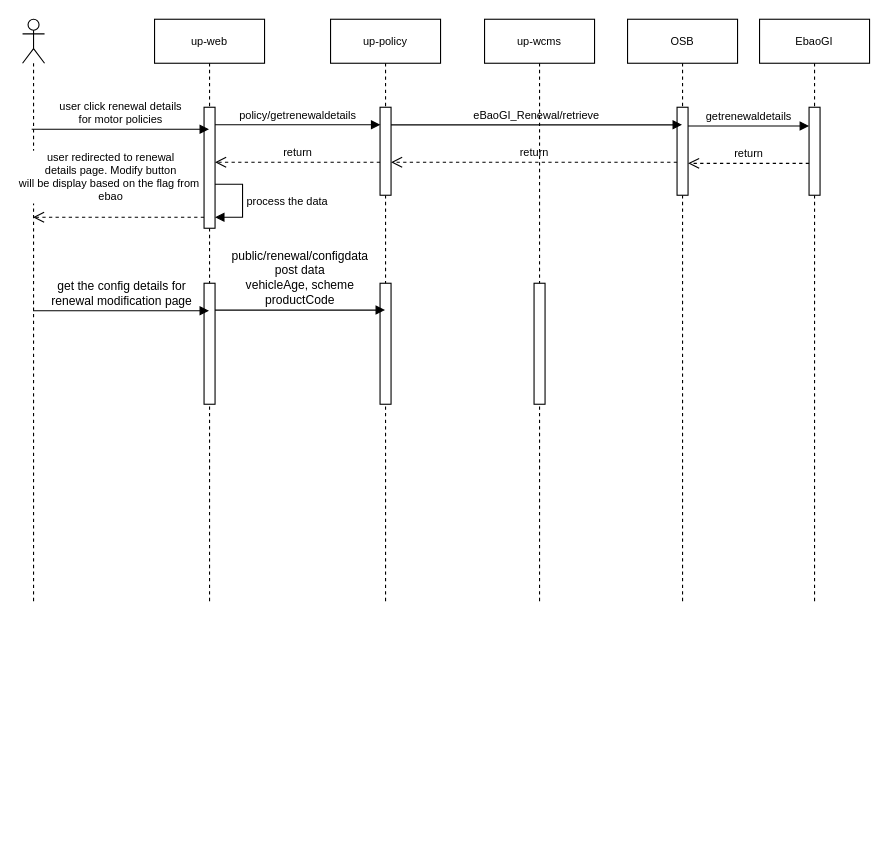
This is GI-renweal-modification.drawio from ajeeshraj56/drawio, a draw.io file, before an edit. Source tidied: cells renumbered, new cells numbered last; positions are measured from the earlier drawing's top-left corner, leaving out a move shared by most shapes. Both pictures are drawn from the tidied source at 110%, with x=0, y=0 at pixel (22, 19).
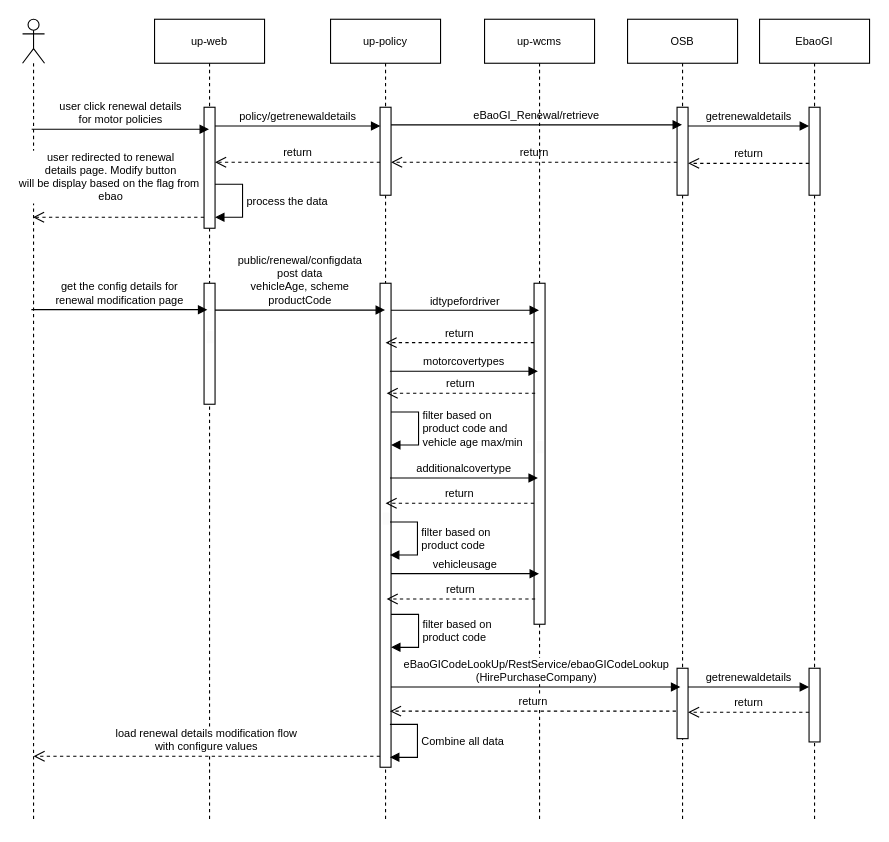
The same page after the edit.

Unchanged cells that the change refers to:
```xml
<mxCell id="8" style="html=1;points=[[0,0,0,0,5],[0,1,0,0,-5],[1,0,0,0,5],[1,1,0,0,-5]];perimeter=orthogonalPerimeter;outlineConnect=0;targetShapes=umlLifeline;portConstraint=eastwest;newEdgeStyle={&quot;curved&quot;:0,&quot;rounded&quot;:0};fontSize=10;" parent="7" vertex="1">
  <mxGeometry x="45" y="80" width="10" height="110" as="geometry" />
</mxCell>
```

The edit, as a diff of the source:
```diff
@@
     <mxCell id="2" style="shape=umlLifeline;perimeter=lifelinePerimeter;whiteSpace=wrap;html=1;outlineConnect=0;portConstraint=eastwest;newEdgeStyle={&quot;curved&quot;:0,&quot;rounded&quot;:0};participant=umlActor;fontSize=10;" parent="1" vertex="1">
-      <mxGeometry width="20" height="530" as="geometry" />
+      <mxGeometry width="20" height="730" as="geometry" />
     </mxCell>
     <mxCell id="3" value="OSB" style="shape=umlLifeline;perimeter=lifelinePerimeter;whiteSpace=wrap;html=1;outlineConnect=0;portConstraint=eastwest;newEdgeStyle={&quot;curved&quot;:0,&quot;rounded&quot;:0};fontSize=10;" parent="1" vertex="1">
-      <mxGeometry x="550" width="100" height="530" as="geometry" />
+      <mxGeometry x="550" width="100" height="730" as="geometry" />
     </mxCell>
@@
+    <mxCell id="26" style="html=1;perimeter=orthogonalPerimeter;targetShapes=umlLifeline;newEdgeStyle={&quot;curved&quot;:0,&quot;rounded&quot;:0};fontSize=10;" parent="3" vertex="1">
+      <mxGeometry x="45" y="590" width="10" height="64" as="geometry" />
+    </mxCell>
     <mxCell id="5" value="EbaoGI" style="shape=umlLifeline;perimeter=lifelinePerimeter;whiteSpace=wrap;html=1;newEdgeStyle={&quot;curved&quot;:0,&quot;rounded&quot;:0};fontSize=10;" parent="1" vertex="1">
-      <mxGeometry x="670" width="100" height="530" as="geometry" />
+      <mxGeometry x="670" width="100" height="730" as="geometry" />
     </mxCell>
@@
+    <mxCell id="27" style="html=1;perimeter=orthogonalPerimeter;targetShapes=umlLifeline;newEdgeStyle={&quot;curved&quot;:0,&quot;rounded&quot;:0};fontSize=10;" parent="5" vertex="1">
+      <mxGeometry x="45" y="590" width="10" height="67" as="geometry" />
+    </mxCell>
+    <mxCell id="28" value="return" style="html=1;verticalAlign=bottom;endArrow=open;dashed=1;endSize=8;curved=0;rounded=0;fontSize=10;" parent="5" edge="1">
+      <mxGeometry relative="1" as="geometry">
+        <mxPoint x="45" y="630" as="sourcePoint" />
+        <mxPoint x="-65" y="630" as="targetPoint" />
+      </mxGeometry>
+    </mxCell>
     <mxCell id="7" value="up-web" style="shape=umlLifeline;perimeter=lifelinePerimeter;whiteSpace=wrap;html=1;outlineConnect=0;portConstraint=eastwest;newEdgeStyle={&quot;curved&quot;:0,&quot;rounded&quot;:0};fontSize=10;" parent="1" vertex="1">
-      <mxGeometry x="120" width="100" height="530" as="geometry" />
+      <mxGeometry x="120" width="100" height="730" as="geometry" />
     </mxCell>
@@
-    <mxCell id="10" value="&#10;&lt;span style=&quot;color: rgba(0, 0, 0, 0); font-family: monospace; font-size: 0px; font-style: normal; font-variant-ligatures: normal; font-variant-caps: normal; font-weight: 400; letter-spacing: normal; orphans: 2; text-align: start; text-indent: 0px; text-transform: none; widows: 2; word-spacing: 0px; -webkit-text-stroke-width: 0px; background-color: rgb(251, 251, 251); text-decoration-thickness: initial; text-decoration-style: initial; text-decoration-color: initial; float: none; display: inline !important;&quot;&gt;&amp;nbsp;&lt;/span&gt;&#10;&#10;" style="html=1;perimeter=orthogonalPerimeter;targetShapes=umlLifeline;newEdgeStyle={&quot;curved&quot;:0,&quot;rounded&quot;:0};fontSize=10;" parent="7" vertex="1">
+    <mxCell id="10" value="&#10;&lt;span style=&quot;color: rgba(0, 0, 0, 0); font-family: monospace; font-size: 10px; font-style: normal; font-variant-ligatures: normal; font-variant-caps: normal; font-weight: 400; letter-spacing: normal; orphans: 2; text-align: start; text-indent: 0px; text-transform: none; widows: 2; word-spacing: 0px; -webkit-text-stroke-width: 0px; background-color: rgb(251, 251, 251); text-decoration-thickness: initial; text-decoration-style: initial; text-decoration-color: initial; float: none; display: inline !important;&quot;&gt;&amp;nbsp;&lt;/span&gt;&#10;&#10;" style="html=1;perimeter=orthogonalPerimeter;targetShapes=umlLifeline;newEdgeStyle={&quot;curved&quot;:0,&quot;rounded&quot;:0};fontSize=10;" parent="7" vertex="1">
       <mxGeometry x="45" y="240" width="10" height="110" as="geometry" />
     </mxCell>
     <mxCell id="11" value="up-policy" style="shape=umlLifeline;perimeter=lifelinePerimeter;whiteSpace=wrap;html=1;outlineConnect=0;portConstraint=eastwest;newEdgeStyle={&quot;curved&quot;:0,&quot;rounded&quot;:0};fontSize=10;" parent="1" vertex="1">
-      <mxGeometry x="280" width="100" height="530" as="geometry" />
+      <mxGeometry x="280" width="100" height="730" as="geometry" />
     </mxCell>
@@
-    <mxCell id="13" value="&#10;&lt;span style=&quot;color: rgba(0, 0, 0, 0); font-family: monospace; font-size: 0px; font-style: normal; font-variant-ligatures: normal; font-variant-caps: normal; font-weight: 400; letter-spacing: normal; orphans: 2; text-align: start; text-indent: 0px; text-transform: none; widows: 2; word-spacing: 0px; -webkit-text-stroke-width: 0px; background-color: rgb(251, 251, 251); text-decoration-thickness: initial; text-decoration-style: initial; text-decoration-color: initial; float: none; display: inline !important;&quot;&gt;&amp;nbsp;&lt;/span&gt;&#10;&#10;" style="html=1;points=[[0,0,0,0,5],[0,1,0,0,-5],[1,0,0,0,5],[1,1,0,0,-5]];perimeter=orthogonalPerimeter;outlineConnect=0;targetShapes=umlLifeline;portConstraint=eastwest;newEdgeStyle={&quot;curved&quot;:0,&quot;rounded&quot;:0};fontSize=10;" parent="11" vertex="1">
-      <mxGeometry x="45" y="240" width="10" height="110" as="geometry" />
+    <mxCell id="13" value="&#10;&lt;span style=&quot;color: rgba(0, 0, 0, 0); font-family: monospace; font-size: 10px; font-style: normal; font-variant-ligatures: normal; font-variant-caps: normal; font-weight: 400; letter-spacing: normal; orphans: 2; text-align: start; text-indent: 0px; text-transform: none; widows: 2; word-spacing: 0px; -webkit-text-stroke-width: 0px; background-color: rgb(251, 251, 251); text-decoration-thickness: initial; text-decoration-style: initial; text-decoration-color: initial; float: none; display: inline !important;&quot;&gt;&amp;nbsp;&lt;/span&gt;&#10;&#10;" style="html=1;points=[[0,0,0,0,5],[0,1,0,0,-5],[1,0,0,0,5],[1,1,0,0,-5]];perimeter=orthogonalPerimeter;outlineConnect=0;targetShapes=umlLifeline;portConstraint=eastwest;newEdgeStyle={&quot;curved&quot;:0,&quot;rounded&quot;:0};fontSize=10;" parent="11" vertex="1">
+      <mxGeometry x="45" y="240" width="10" height="440" as="geometry" />
     </mxCell>
@@
-    <mxCell id="15" value="policy/getrenewaldetails" style="html=1;verticalAlign=bottom;endArrow=block;curved=0;rounded=0;fontSize=10;entryX=0.453;entryY=0.181;entryDx=0;entryDy=0;entryPerimeter=0;" parent="1" edge="1" source="8" target="11">
-      <mxGeometry relative="1" as="geometry" />
+    <mxCell id="15" value="policy/getrenewaldetails" style="html=1;verticalAlign=bottom;endArrow=block;curved=0;rounded=0;fontSize=10;entryX=0.453;entryY=0.181;entryDx=0;entryDy=0;entryPerimeter=0;" parent="1" edge="1">
+      <mxGeometry relative="1" as="geometry">
+        <mxPoint x="175" y="97.1" as="sourcePoint" />
+        <mxPoint x="325.3" y="97.1" as="targetPoint" />
+      </mxGeometry>
     </mxCell>
@@
-    <mxCell id="21" value="user redirected to renewal&lt;br&gt;details page. Modify button&lt;br&gt;will be display based on the flag from&amp;nbsp;&lt;br&gt;ebao" style="html=1;verticalAlign=bottom;endArrow=open;dashed=1;endSize=8;curved=0;rounded=0;fontSize=10;" parent="1" edge="1">
+    <mxCell id="21" value="user redirected to renewal&lt;br style=&quot;font-size: 10px;&quot;&gt;details page. Modify button&lt;br style=&quot;font-size: 10px;&quot;&gt;will be display based on the flag from&amp;nbsp;&lt;br style=&quot;font-size: 10px;&quot;&gt;ebao" style="html=1;verticalAlign=bottom;endArrow=open;dashed=1;endSize=8;curved=0;rounded=0;fontSize=10;" parent="1" edge="1">
       <mxGeometry x="0.09" y="-10" relative="1" as="geometry">
         <mxPoint x="165" y="180" as="sourcePoint" />
         <mxPoint x="9.5" y="180" as="targetPoint" />
       </mxGeometry>
     </mxCell>
-    <mxCell id="22" value="get the config details for&lt;br&gt;renewal modification page" style="html=1;verticalAlign=bottom;endArrow=block;curved=0;rounded=0;" parent="1" edge="1" source="2" target="7">
-      <mxGeometry relative="1" as="geometry" />
+    <mxCell id="22" value="get the config details for&lt;br style=&quot;font-size: 10px;&quot;&gt;renewal modification page" style="html=1;verticalAlign=bottom;endArrow=block;curved=0;rounded=0;fontSize=10;" parent="1" edge="1">
+      <mxGeometry relative="1" as="geometry">
+        <mxPoint x="8" y="264" as="sourcePoint" />
+        <mxPoint x="168" y="264" as="targetPoint" />
+      </mxGeometry>
     </mxCell>
     <mxCell id="23" value="up-wcms" style="shape=umlLifeline;perimeter=lifelinePerimeter;whiteSpace=wrap;html=1;newEdgeStyle={&quot;curved&quot;:0,&quot;rounded&quot;:0};fontSize=10;" parent="1" vertex="1">
-      <mxGeometry x="420" width="100" height="530" as="geometry" />
+      <mxGeometry x="420" width="100" height="730" as="geometry" />
     </mxCell>
-    <mxCell id="24" value="&#10;&lt;span style=&quot;color: rgba(0, 0, 0, 0); font-family: monospace; font-size: 0px; font-style: normal; font-variant-ligatures: normal; font-variant-caps: normal; font-weight: 400; letter-spacing: normal; orphans: 2; text-align: start; text-indent: 0px; text-transform: none; widows: 2; word-spacing: 0px; -webkit-text-stroke-width: 0px; background-color: rgb(251, 251, 251); text-decoration-thickness: initial; text-decoration-style: initial; text-decoration-color: initial; float: none; display: inline !important;&quot;&gt;&amp;nbsp;&lt;/span&gt;&#10;&#10;" style="html=1;perimeter=orthogonalPerimeter;targetShapes=umlLifeline;newEdgeStyle={&quot;curved&quot;:0,&quot;rounded&quot;:0};fontSize=10;" parent="23" vertex="1">
-      <mxGeometry x="45" y="240" width="10" height="110" as="geometry" />
+    <mxCell id="24" value="&#10;&lt;span style=&quot;color: rgba(0, 0, 0, 0); font-family: monospace; font-size: 10px; font-style: normal; font-variant-ligatures: normal; font-variant-caps: normal; font-weight: 400; letter-spacing: normal; orphans: 2; text-align: start; text-indent: 0px; text-transform: none; widows: 2; word-spacing: 0px; -webkit-text-stroke-width: 0px; background-color: rgb(251, 251, 251); text-decoration-thickness: initial; text-decoration-style: initial; text-decoration-color: initial; float: none; display: inline !important;&quot;&gt;&amp;nbsp;&lt;/span&gt;&#10;&#10;" style="html=1;perimeter=orthogonalPerimeter;targetShapes=umlLifeline;newEdgeStyle={&quot;curved&quot;:0,&quot;rounded&quot;:0};fontSize=10;" parent="23" vertex="1">
+      <mxGeometry x="45" y="240" width="10" height="310" as="geometry" />
     </mxCell>
-    <mxCell id="25" value="public/renewal/configdata&lt;br&gt;post data&lt;br&gt;vehicleAge, scheme&lt;br&gt;productCode" style="html=1;verticalAlign=bottom;endArrow=block;curved=0;rounded=0;" parent="1" edge="1">
+    <mxCell id="25" value="public/renewal/configdata&lt;br style=&quot;font-size: 10px;&quot;&gt;post data&lt;br style=&quot;font-size: 10px;&quot;&gt;vehicleAge, scheme&lt;br style=&quot;font-size: 10px;&quot;&gt;productCode" style="html=1;verticalAlign=bottom;endArrow=block;curved=0;rounded=0;fontSize=10;" parent="1" edge="1">
       <mxGeometry relative="1" as="geometry">
         <mxPoint x="175" y="264.4" as="sourcePoint" />
         <mxPoint x="329.5" y="264.4" as="targetPoint" />
       </mxGeometry>
     </mxCell>
+    <mxCell id="29" value="idtypefordriver" style="html=1;verticalAlign=bottom;endArrow=block;curved=0;rounded=0;fontSize=10;" parent="1" edge="1">
+      <mxGeometry relative="1" as="geometry">
+        <mxPoint x="335" y="264.5" as="sourcePoint" />
+        <mxPoint x="469.5" y="264.5" as="targetPoint" />
+      </mxGeometry>
+    </mxCell>
+    <mxCell id="30" value="return" style="html=1;verticalAlign=bottom;endArrow=open;dashed=1;endSize=8;curved=0;rounded=0;fontSize=10;" parent="1" edge="1">
+      <mxGeometry relative="1" as="geometry">
+        <mxPoint x="465" y="294" as="sourcePoint" />
+        <mxPoint x="330" y="294" as="targetPoint" />
+      </mxGeometry>
+    </mxCell>
+    <mxCell id="31" value="motorcovertypes" style="html=1;verticalAlign=bottom;endArrow=block;curved=0;rounded=0;fontSize=10;" parent="1" edge="1">
+      <mxGeometry relative="1" as="geometry">
+        <mxPoint x="334" y="320" as="sourcePoint" />
+        <mxPoint x="468.5" y="320" as="targetPoint" />
+      </mxGeometry>
+    </mxCell>
+    <mxCell id="32" value="filter based on&amp;nbsp;&lt;br&gt;product code and&amp;nbsp;&lt;br&gt;vehicle age max/min" style="html=1;align=left;spacingLeft=2;endArrow=block;rounded=0;edgeStyle=orthogonalEdgeStyle;curved=0;rounded=0;fontSize=10;" parent="1" edge="1">
+      <mxGeometry relative="1" as="geometry">
+        <mxPoint x="335" y="357" as="sourcePoint" />
+        <mxPoint x="335" y="387" as="targetPoint" />
+        <Array as="points">
+          <mxPoint x="360" y="357" />
+          <mxPoint x="360" y="387" />
+        </Array>
+      </mxGeometry>
+    </mxCell>
+    <mxCell id="33" value="additionalcovertype" style="html=1;verticalAlign=bottom;endArrow=block;curved=0;rounded=0;fontSize=10;" parent="1" edge="1">
+      <mxGeometry relative="1" as="geometry">
+        <mxPoint x="334" y="417" as="sourcePoint" />
+        <mxPoint x="468.5" y="417" as="targetPoint" />
+      </mxGeometry>
+    </mxCell>
+    <mxCell id="34" value="return" style="html=1;verticalAlign=bottom;endArrow=open;dashed=1;endSize=8;curved=0;rounded=0;fontSize=10;" parent="1" edge="1">
+      <mxGeometry relative="1" as="geometry">
+        <mxPoint x="466" y="340" as="sourcePoint" />
+        <mxPoint x="331" y="340" as="targetPoint" />
+      </mxGeometry>
+    </mxCell>
+    <mxCell id="35" value="filter based on&amp;nbsp;&lt;br&gt;product code" style="html=1;align=left;spacingLeft=2;endArrow=block;rounded=0;edgeStyle=orthogonalEdgeStyle;curved=0;rounded=0;fontSize=10;" parent="1" edge="1">
+      <mxGeometry relative="1" as="geometry">
+        <mxPoint x="334" y="457" as="sourcePoint" />
+        <mxPoint x="334" y="487" as="targetPoint" />
+        <Array as="points">
+          <mxPoint x="359" y="457" />
+          <mxPoint x="359" y="487" />
+        </Array>
+      </mxGeometry>
+    </mxCell>
+    <mxCell id="36" value="return" style="html=1;verticalAlign=bottom;endArrow=open;dashed=1;endSize=8;curved=0;rounded=0;fontSize=10;" parent="1" edge="1">
+      <mxGeometry relative="1" as="geometry">
+        <mxPoint x="465" y="440" as="sourcePoint" />
+        <mxPoint x="330" y="440" as="targetPoint" />
+      </mxGeometry>
+    </mxCell>
+    <mxCell id="37" value="vehicleusage" style="html=1;verticalAlign=bottom;endArrow=block;curved=0;rounded=0;fontSize=10;" parent="1" edge="1">
+      <mxGeometry relative="1" as="geometry">
+        <mxPoint x="335" y="504" as="sourcePoint" />
+        <mxPoint x="469.5" y="504" as="targetPoint" />
+      </mxGeometry>
+    </mxCell>
+    <mxCell id="38" value="filter based on&amp;nbsp;&lt;br&gt;product code" style="html=1;align=left;spacingLeft=2;endArrow=block;rounded=0;edgeStyle=orthogonalEdgeStyle;curved=0;rounded=0;fontSize=10;" parent="1" edge="1">
+      <mxGeometry relative="1" as="geometry">
+        <mxPoint x="335" y="541" as="sourcePoint" />
+        <mxPoint x="335" y="571" as="targetPoint" />
+        <Array as="points">
+          <mxPoint x="360" y="541" />
+          <mxPoint x="360" y="571" />
+        </Array>
+      </mxGeometry>
+    </mxCell>
+    <mxCell id="39" value="return" style="html=1;verticalAlign=bottom;endArrow=open;dashed=1;endSize=8;curved=0;rounded=0;fontSize=10;" parent="1" edge="1">
+      <mxGeometry relative="1" as="geometry">
+        <mxPoint x="466" y="527" as="sourcePoint" />
+        <mxPoint x="331" y="527" as="targetPoint" />
+      </mxGeometry>
+    </mxCell>
+    <mxCell id="40" value="eBaoGICodeLookUp/RestService/ebaoGICodeLookup&lt;br&gt;(HirePurchaseCompany)" style="html=1;verticalAlign=bottom;endArrow=block;curved=0;rounded=0;fontSize=10;" parent="1" edge="1" source="13">
+      <mxGeometry relative="1" as="geometry">
+        <mxPoint x="598" y="607" as="targetPoint" />
+      </mxGeometry>
+    </mxCell>
+    <mxCell id="41" value="return" style="html=1;verticalAlign=bottom;endArrow=open;dashed=1;endSize=8;curved=0;rounded=0;fontSize=10;" parent="1" edge="1">
+      <mxGeometry relative="1" as="geometry">
+        <mxPoint x="594" y="629" as="sourcePoint" />
+        <mxPoint x="334" y="629" as="targetPoint" />
+      </mxGeometry>
+    </mxCell>
+    <mxCell id="42" value="getrenewaldetails" style="html=1;verticalAlign=bottom;endArrow=block;curved=0;rounded=0;fontSize=10;" parent="1" edge="1">
+      <mxGeometry relative="1" as="geometry">
+        <mxPoint x="605" y="607" as="sourcePoint" />
+        <mxPoint x="715" y="607" as="targetPoint" />
+      </mxGeometry>
+    </mxCell>
+    <mxCell id="43" value="Combine all data" style="html=1;align=left;spacingLeft=2;endArrow=block;rounded=0;edgeStyle=orthogonalEdgeStyle;curved=0;rounded=0;fontSize=10;" parent="1" edge="1">
+      <mxGeometry relative="1" as="geometry">
+        <mxPoint x="334" y="641" as="sourcePoint" />
+        <mxPoint x="334" y="671" as="targetPoint" />
+        <Array as="points">
+          <mxPoint x="359" y="641" />
+          <mxPoint x="359" y="671" />
+        </Array>
+      </mxGeometry>
+    </mxCell>
+    <mxCell id="44" value="load renewal details modification flow&lt;br&gt;with configure values" style="html=1;verticalAlign=bottom;endArrow=open;dashed=1;endSize=8;curved=0;rounded=0;fontSize=10;" parent="1" edge="1" source="13">
+      <mxGeometry relative="1" as="geometry">
+        <mxPoint x="10" y="670" as="targetPoint" />
+      </mxGeometry>
+    </mxCell>
```
